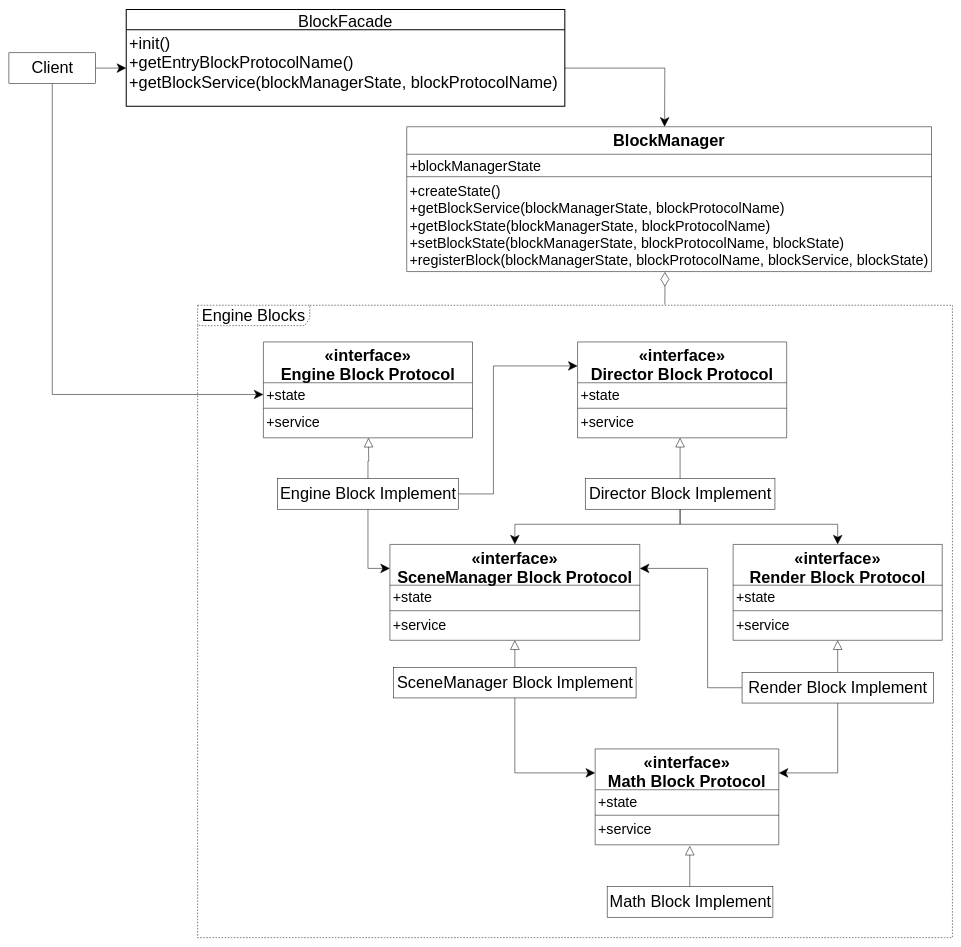
Before: packages/积木模式/story_improve/UML.drawio in yyc-git/3DProgramPattern, a draw.io diagram. Source tidied: cells renumbered, new cells numbered last; positions are measured from the earlier drawing's top-left corner, leaving out a move shared by most shapes. Both pictures are drawn from the tidied source at 51%, with x=0, y=0 at pixel (9, 9).
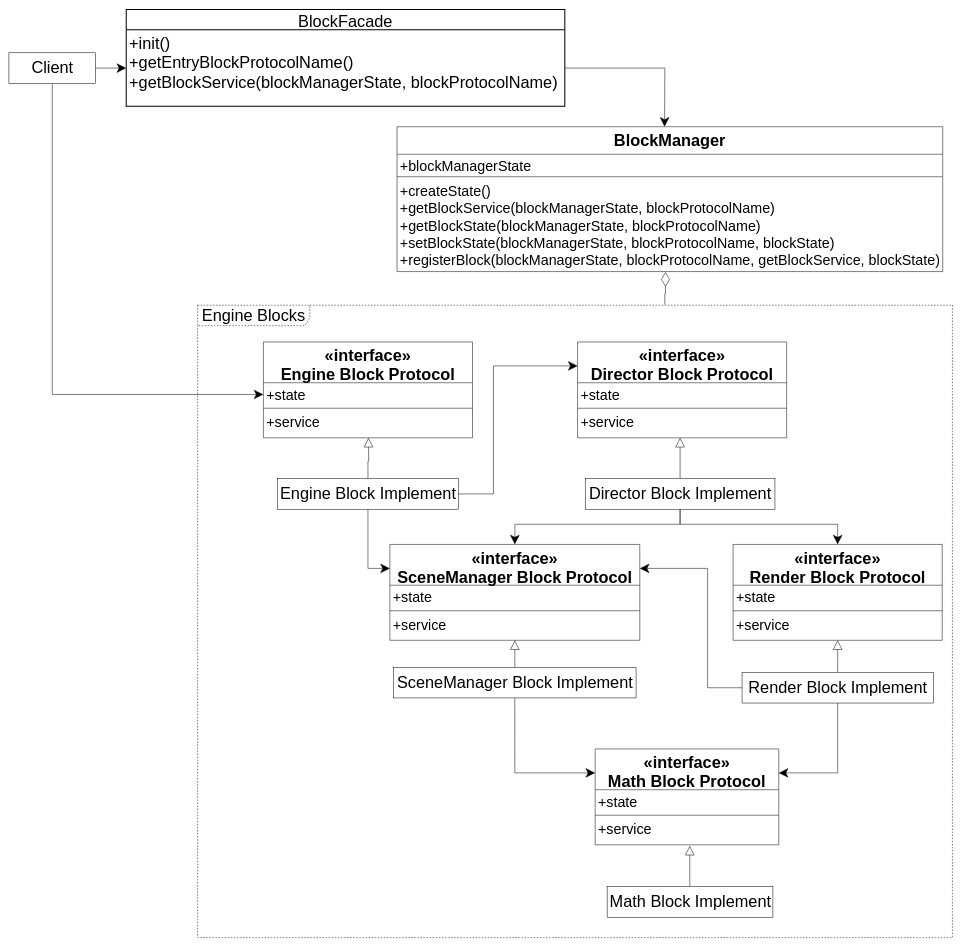
After the change.

Change to the diagram source:
```diff
@@
     <mxCell id="47" value="BlockManager" style="swimlane;fontStyle=1;align=center;verticalAlign=top;horizontal=1;startSize=54;fontSize=32;" parent="1" vertex="1">
-      <mxGeometry x="780" y="230" width="1029" height="284" as="geometry" />
+      <mxGeometry x="761" y="230" width="1070" height="284" as="geometry" />
     </mxCell>
     <mxCell id="48" value="+blockManagerState" style="text;strokeColor=none;fillColor=none;align=left;verticalAlign=top;spacingLeft=4;spacingRight=4;overflow=hidden;fontSize=28;" parent="47" vertex="1">
-      <mxGeometry y="54" width="1029" height="40" as="geometry" />
+      <mxGeometry y="54" width="1070" height="40" as="geometry" />
     </mxCell>
     <mxCell id="49" style="line;strokeWidth=1;fillColor=none;align=left;verticalAlign=middle;spacingTop=-1;spacingLeft=3;spacingRight=3;labelPosition=right;" parent="47" vertex="1">
-      <mxGeometry y="94" width="1029" height="8" as="geometry" />
+      <mxGeometry y="94" width="1070" height="8" as="geometry" />
     </mxCell>
-    <mxCell id="50" value="+createState()&#10;+getBlockService(blockManagerState, blockProtocolName)&#10;+getBlockState(blockManagerState, blockProtocolName)&#10;+setBlockState(blockManagerState, blockProtocolName, blockState)&#10;+registerBlock(blockManagerState, blockProtocolName, blockService, blockState)" style="text;strokeColor=none;fillColor=none;align=left;verticalAlign=top;spacingLeft=4;spacingRight=4;overflow=hidden;points=[[0,0.5],[1,0.5]];portConstraint=eastwest;fontSize=28;" parent="47" vertex="1">
-      <mxGeometry y="102" width="1029" height="182" as="geometry" />
+    <mxCell id="50" value="+createState()&#10;+getBlockService(blockManagerState, blockProtocolName)&#10;+getBlockState(blockManagerState, blockProtocolName)&#10;+setBlockState(blockManagerState, blockProtocolName, blockState)&#10;+registerBlock(blockManagerState, blockProtocolName, getBlockService, blockState)" style="text;strokeColor=none;fillColor=none;align=left;verticalAlign=top;spacingLeft=4;spacingRight=4;overflow=hidden;points=[[0,0.5],[1,0.5]];portConstraint=eastwest;fontSize=28;" parent="47" vertex="1">
+      <mxGeometry y="102" width="1070" height="182" as="geometry" />
     </mxCell>
```
